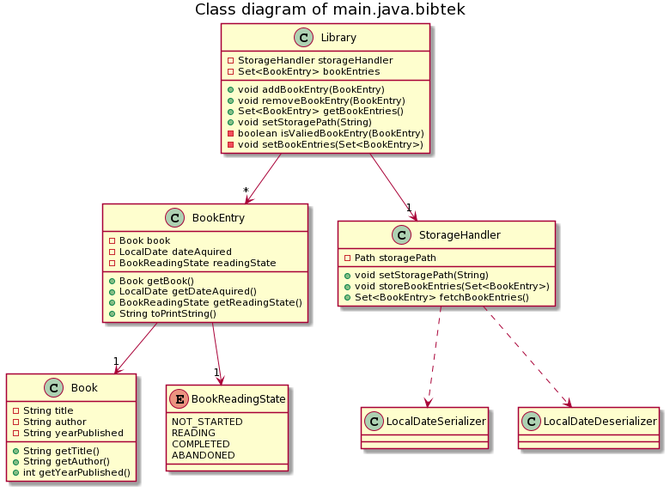
Before: bibtek/core/src/main/java/bibtek/ClassDiagram.png, a diagram exported from PlantUML (Mathiazom/bibtek).
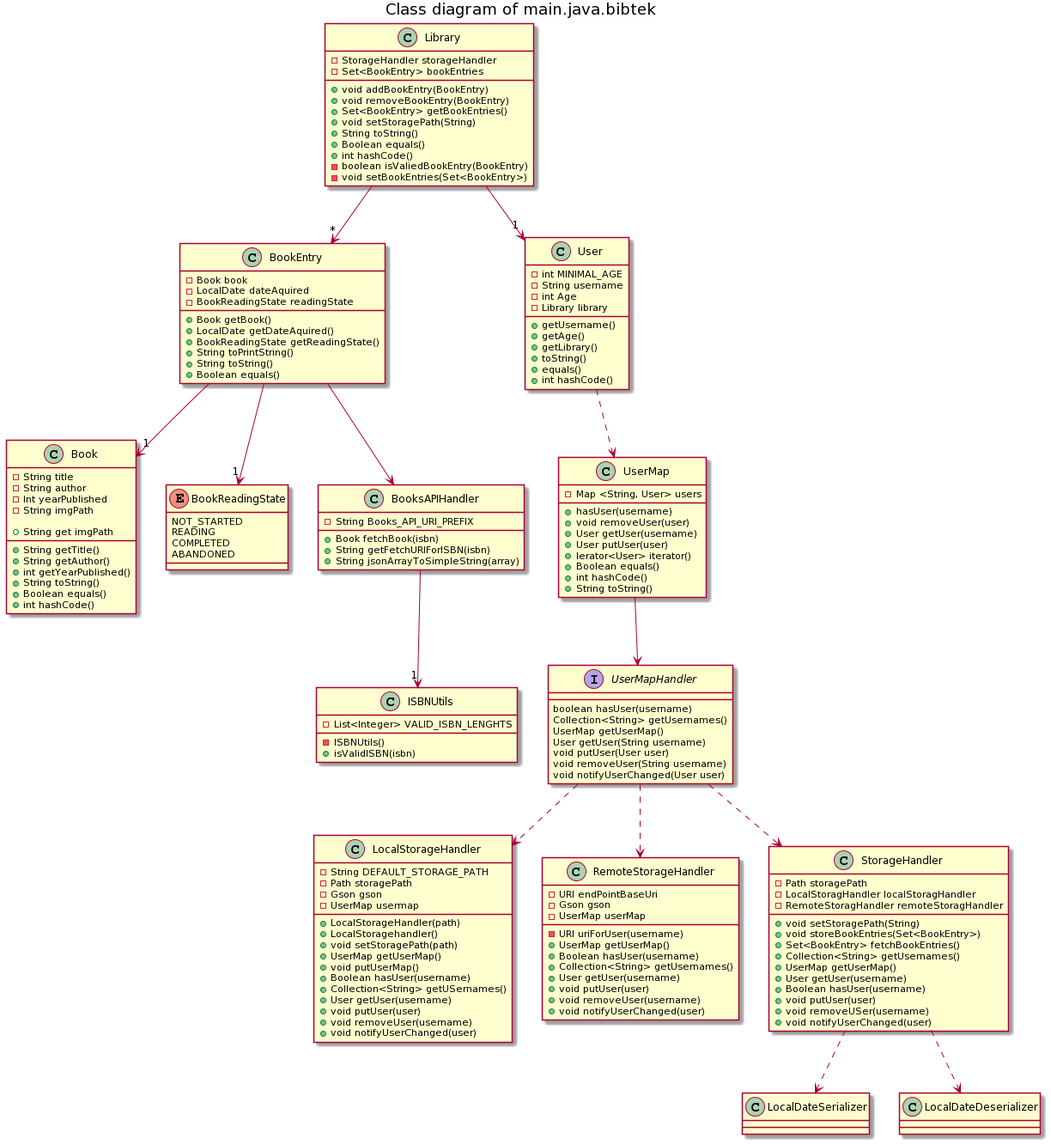
Later version of the same file.

Commit message:
Update class and package diagrams

The edit, as a diff of the source:
```diff
@@ -7,12 +7,16 @@
 class Book {
     - String title
     - String author
-    - String yearPublished
+    - Int yearPublished
+    - String imgPath
 
     + String getTitle()
     + String getAuthor()
     + int getYearPublished()
-
+    + String get imgPath
+    + String toString()
+    + Boolean equals()
+    + int hashCode()
 }
 
 class BookEntry {
@@ -24,6 +28,29 @@
     + LocalDate getDateAquired()
     + BookReadingState getReadingState()
     + String toPrintString()
+    + String toString()
+    + Boolean equals()
+}
+
+enum BookReadingState {
+    NOT_STARTED
+    READING
+    COMPLETED
+    ABANDONED
+}
+
+class BooksAPIHandler {
+    - String Books_API_URI_PREFIX
+    + Book fetchBook(isbn)
+    + String getFetchURIForISBN(isbn)
+    + String jsonArrayToSimpleString(array)
+
+}
+
+class ISBNUtils {
+    - ISBNUtils()
+    - List<Integer> VALID_ISBN_LENGHTS
+    + isValidISBN(isbn)
 }
 
 class Library {
@@ -33,17 +60,11 @@
     + void removeBookEntry(BookEntry)
     + Set<BookEntry> getBookEntries()
     + void setStoragePath(String)
+    + String toString()
+    + Boolean equals()
+    + int hashCode()
     - boolean isValiedBookEntry(BookEntry)
     - void setBookEntries(Set<BookEntry>)
-}
-class StorageHandler {
-    -Path storagePath
-
-    + void setStoragePath(String)
-    + void storeBookEntries(Set<BookEntry>)
-    + Set<BookEntry> fetchBookEntries()
-
-
 }
 
 class LocalDateSerializer{
@@ -52,19 +73,105 @@
 class LocalDateDeserializer{
 
 }
-enum BookReadingState {
-    NOT_STARTED
-    READING
-    COMPLETED
-    ABANDONED
+
+class LocalStorageHandler{
+    - String DEFAULT_STORAGE_PATH
+    - Path storagePath
+    - Gson gson
+    - UserMap usermap
+    + LocalStorageHandler(path)
+    + LocalStoragehandler()
+    + void setStoragePath(path)
+    + UserMap getUserMap()
+    + void putUserMap()
+    + Boolean hasUser(username)
+    + Collection<String> getUSernames()
+    + User getUser(username)
+    + void putUser(user)
+    + void removeUser(username)
+    + void notifyUserChanged(user)
+}
+
+class RemoteStorageHandler{
+    - URI endPointBaseUri
+    - Gson gson
+    - UserMap userMap
+    - URI uriForUser(username)
+    + UserMap getUserMap()
+    + Boolean hasUser(username)
+    + Collection<String> getUsernames()
+    + User getUser(username)
+    + void putUser(user)
+    + void removeUser(username)
+    + void notifyUserChanged(user)
+}
+
+class StorageHandler {
+    - Path storagePath
+    - LocalStoragHandler localStoragHandler
+    - RemoteStoragHandler remoteStoragHandler
+    + void setStoragePath(String)
+    + void storeBookEntries(Set<BookEntry>)
+    + Set<BookEntry> fetchBookEntries()
+    + Collection<String> getUsernames()
+    + UserMap getUserMap()
+    + User getUser(username)
+    + Boolean hasUser(username)
+    + void putUser(user)
+    + void removeUSer(username)
+    + void notifyUserChanged(user)
+}
 
 
+Class User {
+    - int MINIMAL_AGE
+    - String username
+    - int Age
+    - Library library
+    + getUsername()
+    + getAge()
+    + getLibrary()
+    + toString()
+    + equals()
+    + int hashCode()
 }
 
+Class UserMap {
+    - Map <String, User> users
+    + hasUser(username)
+    + void removeUser(user)
+    + User getUser(username)
+    + User putUser(user)
+    + Ierator<User> iterator()
+    + Boolean equals()
+    + int hashCode()
+    + String toString()
+}
+
+Interface UserMapHandler{
+    boolean hasUser(username)
+    Collection<String> getUsernames()
+    UserMap getUserMap()
+    User getUser(String username)
+    void putUser(User user)
+    void removeUser(String username)
+    void notifyUserChanged(User user)
+}
+
+
+
 Library --> "*" BookEntry
-Library --> "1" StorageHandler
+Library --> "1" User
 BookEntry --> "1" Book
 BookEntry --> "1" BookReadingState
+BookEntry --> BooksAPIHandler
+BooksAPIHandler -->"1" ISBNUtils
+
+User ..> UserMap
+UserMap --> UserMapHandler
+UserMapHandler ..> StorageHandler
+UserMapHandler ..> LocalStorageHandler
+UserMapHandler ..> RemoteStorageHandler
 StorageHandler ..> LocalDateDeserializer
 StorageHandler ..> LocalDateSerializer
 @enduml
```
